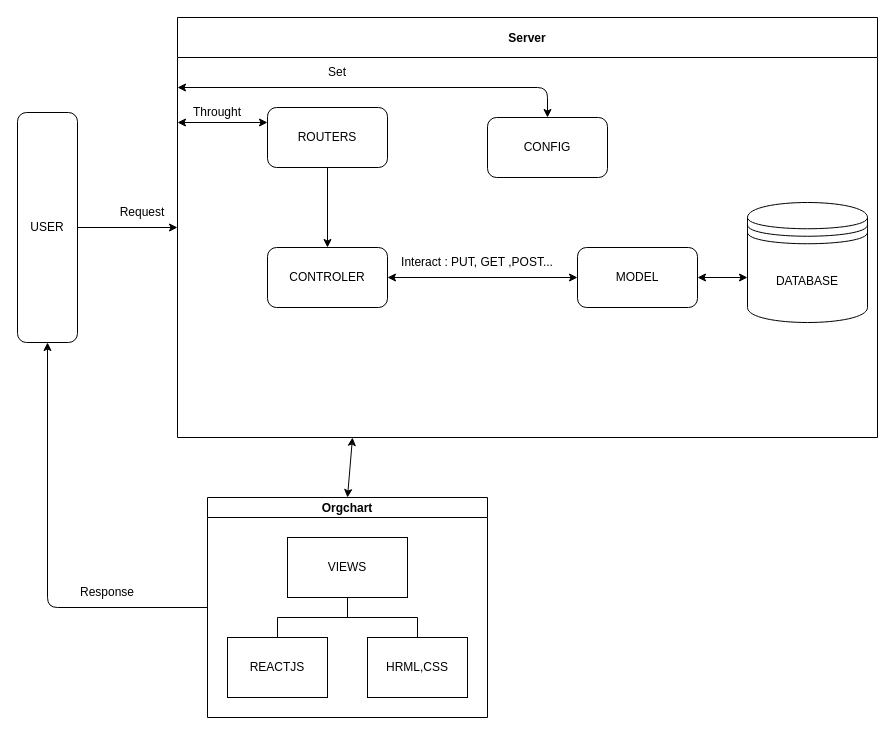
This is Server/MVC.drawio from LyTruongsinh/MediaBooking_Website, a draw.io file, before an edit. Source tidied: cells renumbered, new cells numbered last; positions are measured from the earlier drawing's top-left corner, leaving out a move shared by most shapes. Both pictures are drawn from the tidied source at 100%, with x=0, y=0 at pixel (17, 17).
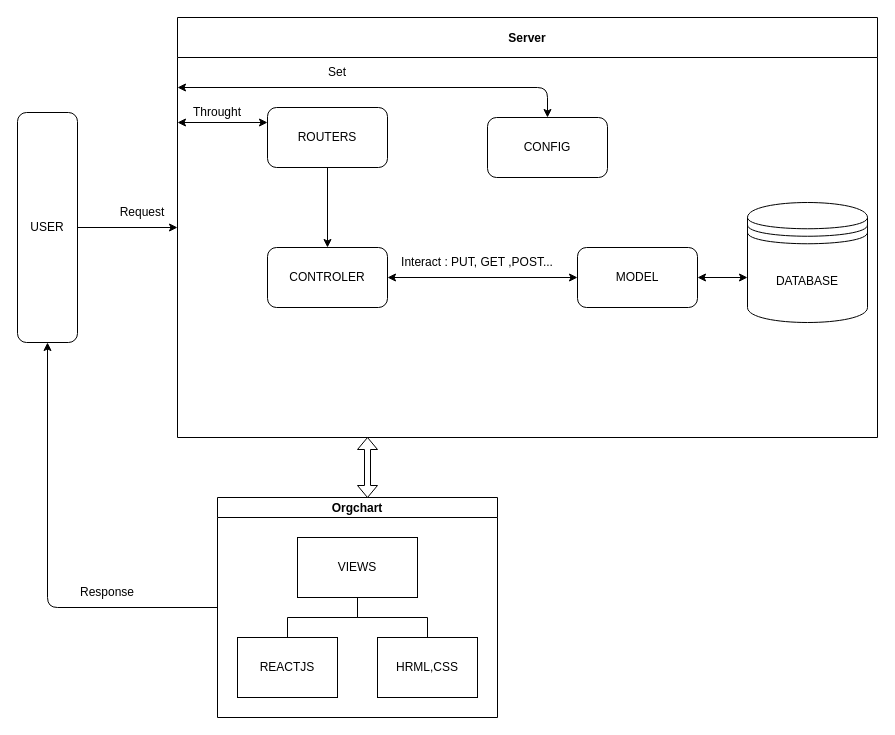
The same page after the edit.

Unchanged cells that the change refers to:
```xml
<mxCell id="3" value="Server" style="swimlane;startSize=40;horizontal=1;containerType=tree;newEdgeStyle={&quot;edgeStyle&quot;:&quot;elbowEdgeStyle&quot;,&quot;startArrow&quot;:&quot;none&quot;,&quot;endArrow&quot;:&quot;none&quot;};" parent="1" vertex="1">
  <mxGeometry x="160" width="700" height="420" as="geometry" />
</mxCell>
```

What changed in the source:
```diff
@@
     <mxCell id="19" value="Orgchart" style="swimlane;startSize=20;horizontal=1;containerType=tree;newEdgeStyle={&quot;edgeStyle&quot;:&quot;elbowEdgeStyle&quot;,&quot;startArrow&quot;:&quot;none&quot;,&quot;endArrow&quot;:&quot;none&quot;};" parent="1" vertex="1">
-      <mxGeometry x="190" y="480" width="280" height="220" as="geometry" />
+      <mxGeometry x="200" y="480" width="280" height="220" as="geometry" />
     </mxCell>
@@
-    <mxCell id="25" style="endArrow=classic;startArrow=classic;html=1;exitX=0.25;exitY=1;exitDx=0;exitDy=0;entryX=0.5;entryY=0;entryDx=0;entryDy=0;" parent="1" edge="1" source="3" target="19">
-      <mxGeometry relative="1" as="geometry" />
-    </mxCell>
@@
+    <mxCell id="28" style="shape=doubleArrow;direction=south;whiteSpace=wrap;html=1;" parent="1" vertex="1">
+      <mxGeometry x="340" y="420" width="20" height="60" as="geometry" />
+    </mxCell>
```
